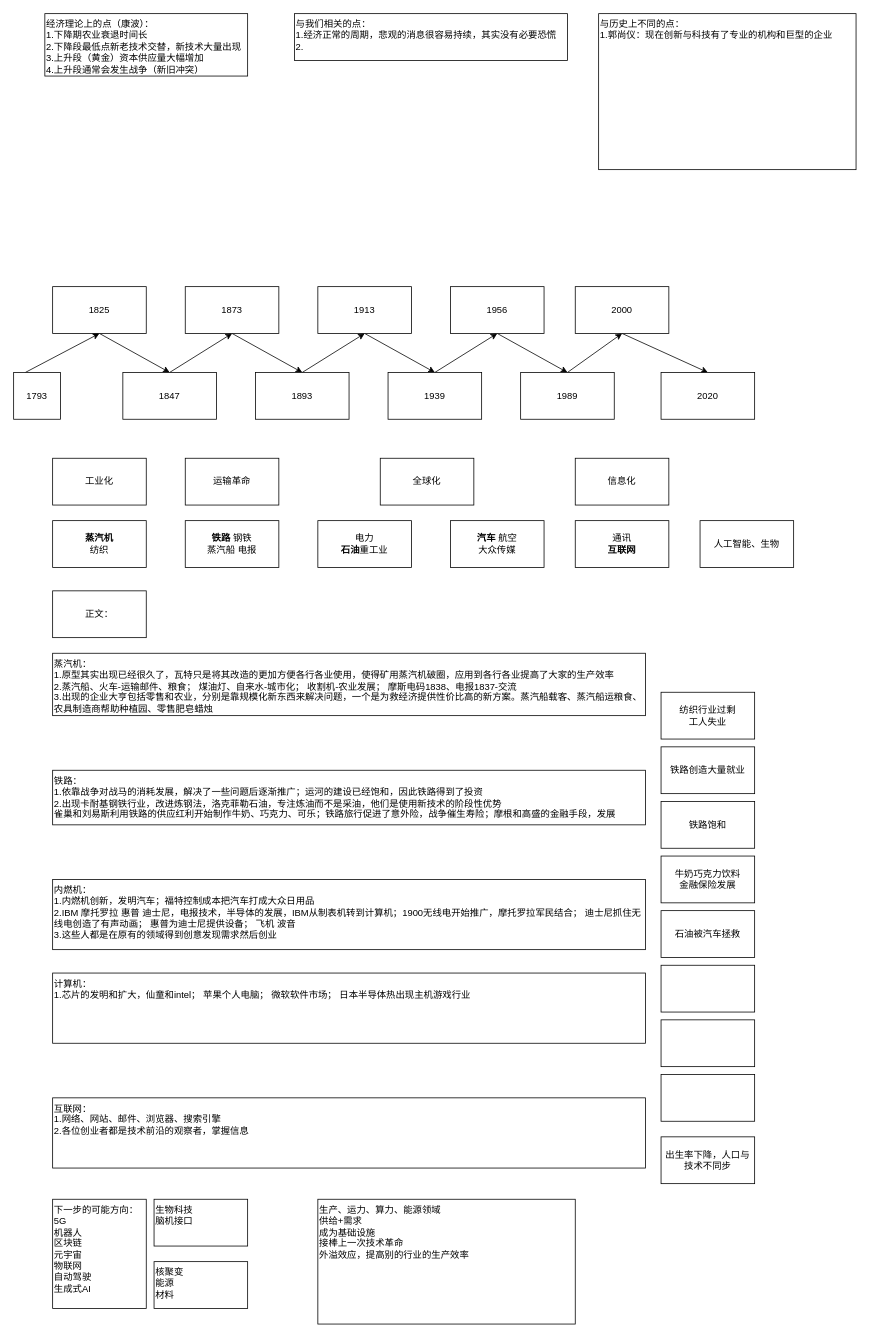
CaptainCCCP/Draw-io-cloud keeps this draw.io diagram as 经济周期.drawio. Above is the earlier version. Source tidied: cells renumbered, new cells numbered last; positions are measured from the earlier drawing's top-left corner, leaving out a move shared by most shapes. Both pictures are drawn from the tidied source at 78%, with x=0, y=0 at pixel (13, 13).
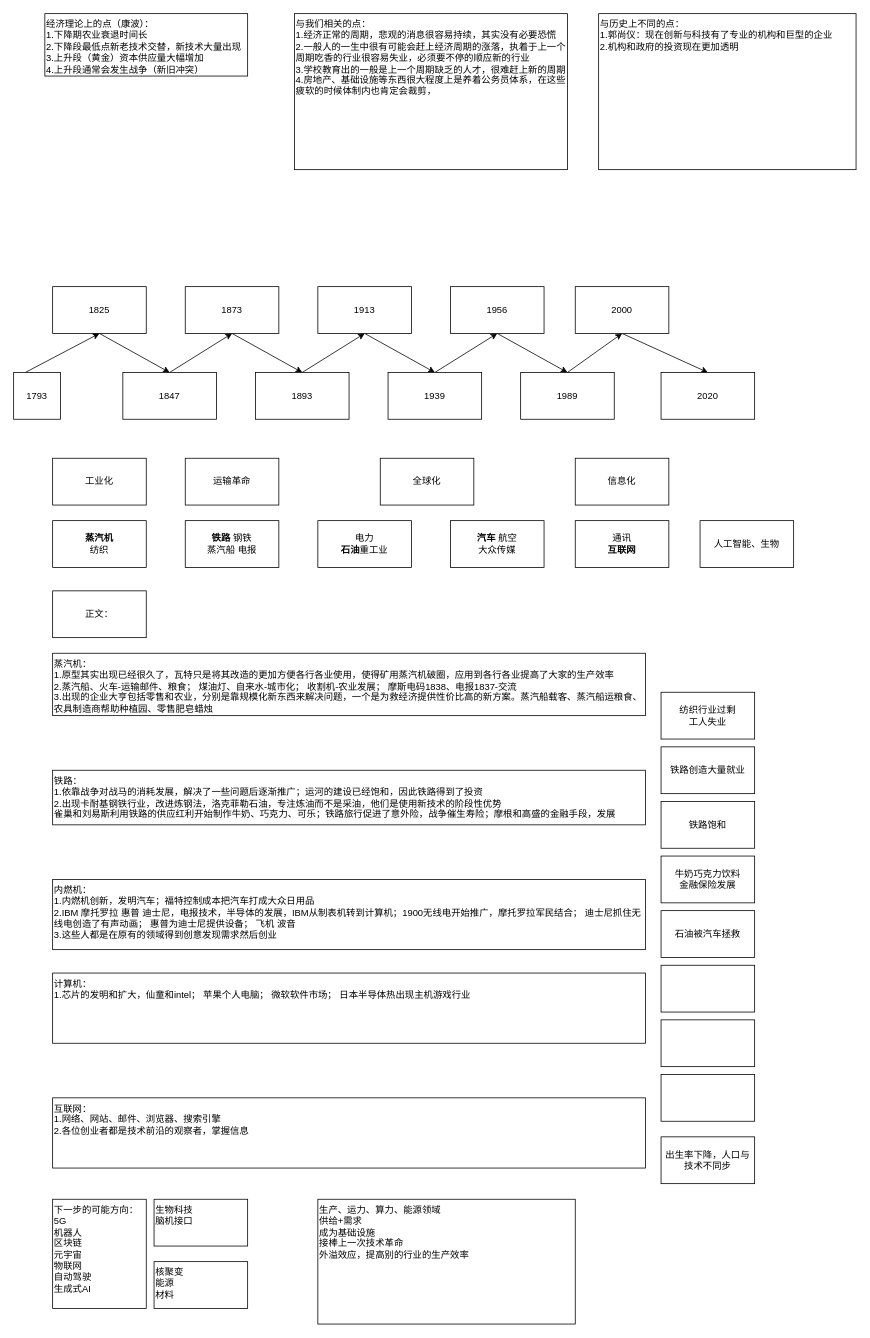
After the change.

Commit message:
更新经济周期.drawio

Change to the diagram source:
```diff
@@
-    <mxCell id="34" value="与我们相关的点：&lt;div&gt;1.经济正常的周期，悲观的消息很容易持续，其实没有必要恐慌&lt;/div&gt;&lt;div&gt;2.&lt;/div&gt;" style="whiteSpace=wrap;html=1;align=left;verticalAlign=top;" parent="1" vertex="1">
-      <mxGeometry x="360" width="350" height="60" as="geometry" />
+    <mxCell id="34" value="与我们相关的点：&lt;div&gt;1.经济正常的周期，悲观的消息很容易持续，其实没有必要恐慌&lt;/div&gt;&lt;div&gt;2.一般人的一生中很有可能会赶上经济周期的涨落，执着于上一个周期吃香的行业很容易失业，必须要不停的顺应新的行业&lt;/div&gt;&lt;div&gt;3.学校教育出的一般是上一个周期缺乏的人才，很难赶上新的周期&lt;/div&gt;&lt;div&gt;4.房地产、基础设施等东西很大程度上是养着公务员体系，在这些疲软的时候体制内也肯定会裁剪，&lt;/div&gt;" style="whiteSpace=wrap;html=1;align=left;verticalAlign=top;" parent="1" vertex="1">
+      <mxGeometry x="360" width="350" height="200" as="geometry" />
     </mxCell>
@@
-    <mxCell id="37" value="与历史上不同的点：&lt;div&gt;1.郭尚仪：现在创新与科技有了专业的机构和巨型的企业&lt;/div&gt;" style="whiteSpace=wrap;html=1;align=left;verticalAlign=top;" parent="1" vertex="1">
+    <mxCell id="37" value="与历史上不同的点：&lt;div&gt;1.郭尚仪：现在创新与科技有了专业的机构和巨型的企业&lt;/div&gt;&lt;div&gt;2.机构和政府的投资现在更加透明&lt;/div&gt;" style="whiteSpace=wrap;html=1;align=left;verticalAlign=top;" parent="1" vertex="1">
       <mxGeometry x="750" width="330" height="200" as="geometry" />
     </mxCell>
```
